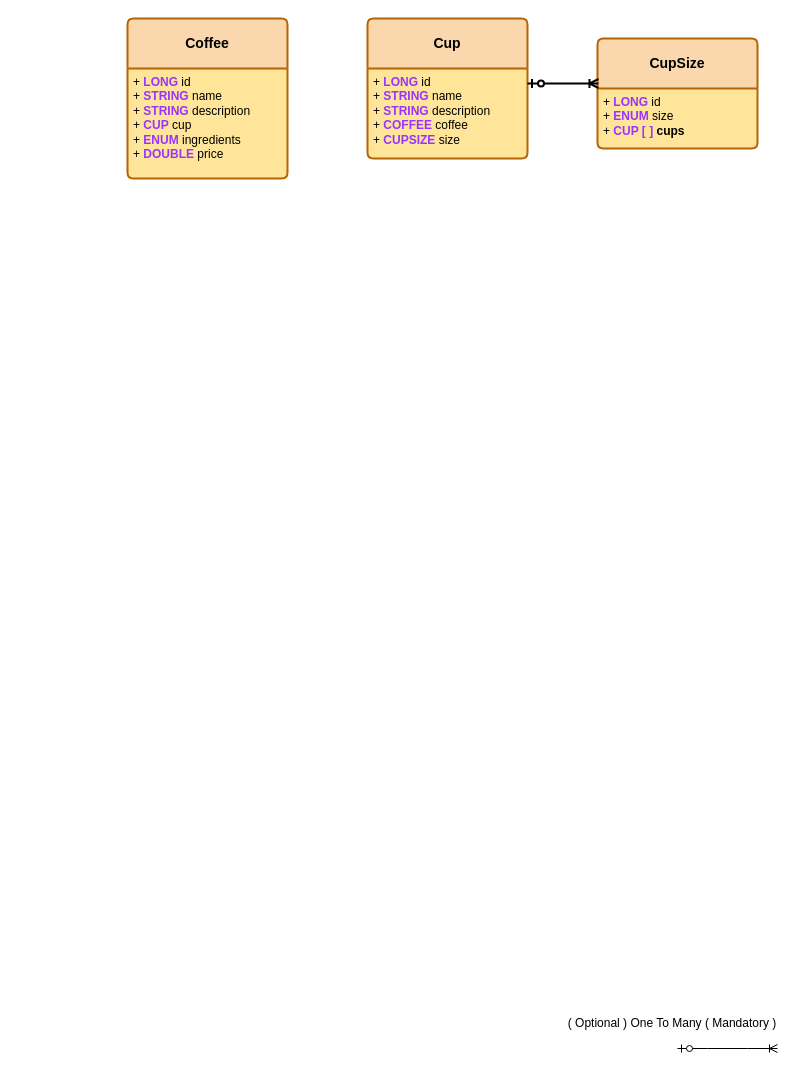
This is coffee-api-diagram.drawio from SavioHaistem/Coffee-api, a draw.io file, before an edit. Source tidied: cells renumbered, new cells numbered last; positions are measured from the earlier drawing's top-left corner, leaving out a move shared by most shapes. Both pictures are drawn from the tidied source at 100%, with x=0, y=0 at pixel (127, 18).
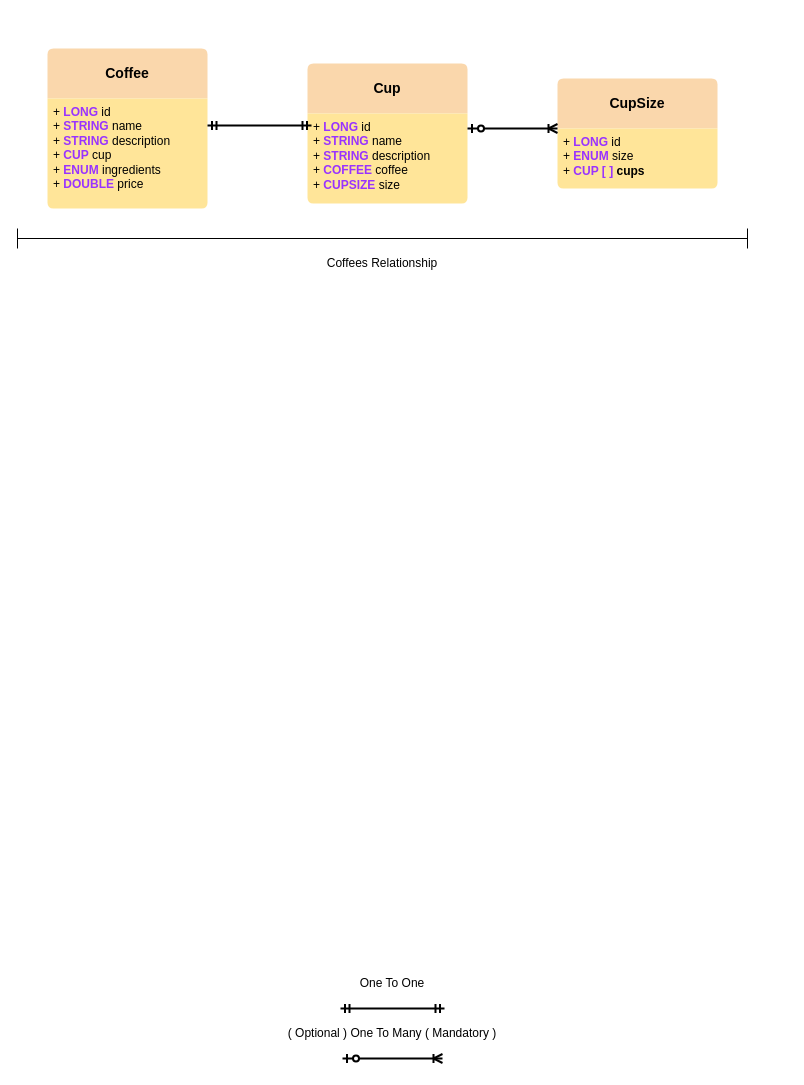
Above is the later version.

Commit message:
Refactor(coffee-api-diagram): Entity's Relationship

The change refers to these unchanged cells:
```xml
<mxCell id="5" value="+ &lt;b&gt;&lt;font color=&quot;#9933ff&quot;&gt;LONG&lt;/font&gt;&lt;/b&gt; id&lt;div&gt;+ &lt;b&gt;&lt;font color=&quot;#9933ff&quot;&gt;STRING&lt;/font&gt;&lt;/b&gt; name&lt;/div&gt;&lt;div&gt;+ &lt;b&gt;&lt;font color=&quot;#9933ff&quot;&gt;STRING&lt;/font&gt;&lt;/b&gt; description&lt;br&gt;+ &lt;font color=&quot;#9933ff&quot;&gt;&lt;b&gt;COFFEE&lt;/b&gt;&lt;/font&gt;&amp;nbsp;coffee&lt;br&gt;+ &lt;font color=&quot;#9933ff&quot;&gt;&lt;b&gt;CUPSIZE&lt;/b&gt;&lt;/font&gt;&amp;nbsp;size&lt;/div&gt;" style="align=left;strokeColor=none;fillColor=none;spacingLeft=4;fontSize=12;verticalAlign=top;html=1;" parent="4" vertex="1">
  <mxGeometry y="50" width="160" height="90" as="geometry" />
</mxCell>
<mxCell id="7" value="+ &lt;b&gt;&lt;font color=&quot;#9933ff&quot;&gt;LONG&lt;/font&gt;&lt;/b&gt; id&lt;div&gt;+ &lt;b&gt;&lt;font color=&quot;#9933ff&quot;&gt;ENUM&lt;/font&gt;&lt;/b&gt;&amp;nbsp;size&lt;/div&gt;&lt;div&gt;+ &lt;b&gt;&lt;font color=&quot;#9933ff&quot;&gt;CUP [ ]&lt;/font&gt; cups&lt;/b&gt;&lt;/div&gt;" style="align=left;strokeColor=none;fillColor=none;spacingLeft=4;fontSize=12;verticalAlign=top;html=1;" parent="6" vertex="1">
  <mxGeometry y="50" width="160" height="60" as="geometry" />
</mxCell>
```

What changed in the source:
```diff
@@
-    <mxCell id="2" value="&lt;b&gt;Coffee&lt;/b&gt;" style="swimlane;horizontal=1;startSize=50;rounded=1;fontSize=14;fontStyle=0;strokeWidth=2;shadow=0;dashed=0;align=center;arcSize=4;whiteSpace=wrap;html=1;fillColor=#fad7ac;strokeColor=#b46504;gradientColor=none;swimlaneFillColor=#FFE599;" parent="1" vertex="1">
-      <mxGeometry width="160" height="160" as="geometry" />
+    <mxCell id="2" value="&lt;b&gt;Coffee&lt;/b&gt;" style="swimlane;horizontal=1;startSize=50;rounded=1;fontSize=14;fontStyle=0;strokeWidth=2;shadow=0;dashed=0;align=center;arcSize=4;whiteSpace=wrap;html=1;fillColor=#fad7ac;strokeColor=none;gradientColor=none;swimlaneFillColor=#FFE599;" parent="1" vertex="1">
+      <mxGeometry x="-80" y="30" width="160" height="160" as="geometry" />
     </mxCell>
@@
-    <mxCell id="4" value="&lt;b&gt;Cup&lt;/b&gt;" style="swimlane;horizontal=1;startSize=50;rounded=1;fontSize=14;fontStyle=0;strokeWidth=2;shadow=0;dashed=0;align=center;arcSize=4;whiteSpace=wrap;html=1;fillColor=#fad7ac;strokeColor=#b46504;gradientColor=none;swimlaneFillColor=#FFE599;" parent="1" vertex="1">
-      <mxGeometry x="240" width="160" height="140" as="geometry" />
+    <mxCell id="4" value="&lt;b&gt;Cup&lt;/b&gt;" style="swimlane;horizontal=1;startSize=50;rounded=1;fontSize=14;fontStyle=0;strokeWidth=2;shadow=0;dashed=0;align=center;arcSize=4;whiteSpace=wrap;html=1;fillColor=#fad7ac;strokeColor=none;gradientColor=none;swimlaneFillColor=#FFE599;" parent="1" vertex="1">
+      <mxGeometry x="180" y="45" width="160" height="140" as="geometry" />
     </mxCell>
@@
-    <mxCell id="6" value="&lt;b&gt;CupSize&lt;/b&gt;" style="swimlane;horizontal=1;startSize=50;rounded=1;fontSize=14;fontStyle=0;strokeWidth=2;shadow=0;dashed=0;align=center;arcSize=4;whiteSpace=wrap;html=1;fillColor=#fad7ac;strokeColor=#b46504;gradientColor=none;swimlaneFillColor=#FFE599;" parent="1" vertex="1">
-      <mxGeometry x="470" y="20" width="160" height="110" as="geometry" />
+    <mxCell id="6" value="&lt;b&gt;CupSize&lt;/b&gt;" style="swimlane;horizontal=1;startSize=50;rounded=1;fontSize=14;fontStyle=0;strokeWidth=2;shadow=0;dashed=0;align=center;arcSize=4;whiteSpace=wrap;html=1;fillColor=#fad7ac;strokeColor=none;gradientColor=none;swimlaneFillColor=#FFE599;" parent="1" vertex="1">
+      <mxGeometry x="430" y="60" width="160" height="110" as="geometry" />
     </mxCell>
@@
-    <mxCell id="8" style="edgeStyle=entityRelationEdgeStyle;fontSize=12;html=1;endArrow=ERoneToMany;startArrow=ERzeroToOne;rounded=0;exitX=1;exitY=0.167;exitDx=0;exitDy=0;entryX=0.006;entryY=0.409;entryDx=0;entryDy=0;strokeWidth=2;exitPerimeter=0;entryPerimeter=0;" parent="1" edge="1" source="5" target="6">
+    <mxCell id="8" style="edgeStyle=entityRelationEdgeStyle;fontSize=12;html=1;endArrow=ERoneToMany;startArrow=ERzeroToOne;rounded=0;exitX=1;exitY=0.167;exitDx=0;exitDy=0;entryX=0;entryY=0;entryDx=0;entryDy=0;strokeWidth=2;exitPerimeter=0;" parent="1" edge="1" source="5" target="7">
       <mxGeometry relative="1" as="geometry">
         <Array as="points">
-          <mxPoint x="360" y="50" />
+          <mxPoint x="300" y="90" />
+          <mxPoint x="390" y="160" />
+          <mxPoint x="410" y="130" />
+          <mxPoint x="390" y="120" />
         </Array>
       </mxGeometry>
     </mxCell>
-    <mxCell id="9" style="edgeStyle=entityRelationEdgeStyle;fontSize=12;html=1;endArrow=ERoneToMany;startArrow=ERzeroToOne;rounded=0;" parent="1" edge="1">
+    <mxCell id="9" style="edgeStyle=entityRelationEdgeStyle;fontSize=12;html=1;endArrow=ERoneToMany;startArrow=ERzeroToOne;rounded=0;strokeWidth=2;" parent="1" edge="1">
       <mxGeometry relative="1" as="geometry">
-        <mxPoint x="550" y="1030" as="sourcePoint" />
-        <mxPoint x="650" y="1030" as="targetPoint" />
+        <mxPoint x="215" y="1040" as="sourcePoint" />
+        <mxPoint x="315" y="1040" as="targetPoint" />
         <Array as="points">
-          <mxPoint x="560" y="1100" />
-          <mxPoint x="630" y="1110" />
+          <mxPoint x="225" y="1110" />
+          <mxPoint x="295" y="1120" />
         </Array>
       </mxGeometry>
     </mxCell>
     <mxCell id="10" value="( Optional ) One To Many ( Mandatory )" style="text;html=1;align=center;verticalAlign=middle;whiteSpace=wrap;rounded=0;" parent="1" vertex="1">
-      <mxGeometry x="430" y="990" width="230" height="30" as="geometry" />
+      <mxGeometry x="150" y="1000" width="230" height="30" as="geometry" />
     </mxCell>
+    <mxCell id="11" style="edgeStyle=entityRelationEdgeStyle;fontSize=12;html=1;endArrow=ERmandOne;startArrow=ERmandOne;rounded=0;strokeWidth=2;entryX=0.025;entryY=0.133;entryDx=0;entryDy=0;entryPerimeter=0;" parent="1" edge="1" target="5">
+      <mxGeometry relative="1" as="geometry">
+        <mxPoint x="80" y="107" as="sourcePoint" />
+        <Array as="points">
+          <mxPoint x="110" y="-140.5" />
+        </Array>
+      </mxGeometry>
+    </mxCell>
+    <mxCell id="12" style="edgeStyle=entityRelationEdgeStyle;fontSize=12;html=1;endArrow=ERmandOne;startArrow=ERmandOne;rounded=0;strokeWidth=2;entryX=0.025;entryY=0.133;entryDx=0;entryDy=0;entryPerimeter=0;" parent="1" edge="1">
+      <mxGeometry relative="1" as="geometry">
+        <mxPoint x="213" y="990" as="sourcePoint" />
+        <mxPoint x="317" y="990" as="targetPoint" />
+        <Array as="points">
+          <mxPoint x="243" y="742.5" />
+        </Array>
+      </mxGeometry>
+    </mxCell>
+    <mxCell id="13" value="One To One" style="text;html=1;align=center;verticalAlign=middle;whiteSpace=wrap;rounded=0;" parent="1" vertex="1">
+      <mxGeometry x="225" y="950" width="80" height="30" as="geometry" />
+    </mxCell>
+    <mxCell id="14" style="shape=crossbar;whiteSpace=wrap;html=1;rounded=1;" parent="1" vertex="1">
+      <mxGeometry x="-110" y="210" width="730" height="20" as="geometry" />
+    </mxCell>
+    <mxCell id="15" value="Coffees Relationship" style="text;html=1;align=center;verticalAlign=middle;whiteSpace=wrap;rounded=0;" parent="1" vertex="1">
+      <mxGeometry x="165" y="230" width="180" height="30" as="geometry" />
+    </mxCell>
```
